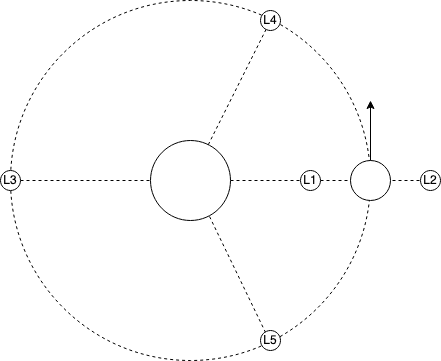
This is assets/images/three_bosy_simulation_lagrange_points.drawio.png from pigatron-industries/pigatron-industries.github.io, a draw.io export, as it was before one commit. Source tidied: cells renumbered, new cells last; positions are measured from the earlier drawing's top-left corner, leaving out a move shared by most shapes. Its diagram source:
```xml
<mxGraphModel>
  <root>
    <mxCell id="0" />
    <mxCell id="1" parent="0" />
    <mxCell id="2" style="endArrow=none;dashed=1;html=1;rounded=0;exitX=1;exitY=0.5;exitDx=0;exitDy=0;" parent="1" edge="1" source="4" target="8">
      <mxGeometry relative="1" as="geometry" />
    </mxCell>
    <mxCell id="3" style="ellipse;whiteSpace=wrap;html=1;dashed=1;fillColor=none;" parent="1" vertex="1">
      <mxGeometry x="10" width="360" height="360" as="geometry" />
    </mxCell>
    <mxCell id="4" value="L3" style="ellipse;whiteSpace=wrap;html=1;" parent="1" vertex="1">
      <mxGeometry y="170" width="20" height="20" as="geometry" />
    </mxCell>
    <mxCell id="5" style="ellipse;whiteSpace=wrap;html=1;" parent="1" vertex="1">
      <mxGeometry x="350" y="160" width="40" height="40" as="geometry" />
    </mxCell>
    <mxCell id="6" style="endArrow=classic;html=1;rounded=0;exitX=0.5;exitY=0;exitDx=0;exitDy=0;" parent="1" edge="1" source="5">
      <mxGeometry relative="1" as="geometry">
        <mxPoint x="370" y="100" as="targetPoint" />
      </mxGeometry>
    </mxCell>
    <mxCell id="7" value="L1" style="ellipse;whiteSpace=wrap;html=1;" parent="1" vertex="1">
      <mxGeometry x="300" y="170" width="20" height="20" as="geometry" />
    </mxCell>
    <mxCell id="8" value="L2" style="ellipse;whiteSpace=wrap;html=1;" parent="1" vertex="1">
      <mxGeometry x="420" y="170" width="20" height="20" as="geometry" />
    </mxCell>
    <mxCell id="9" style="ellipse;whiteSpace=wrap;html=1;" parent="1" vertex="1">
      <mxGeometry x="150" y="140" width="80" height="80" as="geometry" />
    </mxCell>
    <mxCell id="10" style="endArrow=none;dashed=1;html=1;rounded=0;entryX=0.728;entryY=0.964;entryDx=0;entryDy=0;entryPerimeter=0;exitX=0.738;exitY=0.95;exitDx=0;exitDy=0;exitPerimeter=0;startArrow=none;" parent="1" edge="1" source="14" target="3">
      <mxGeometry relative="1" as="geometry" />
    </mxCell>
    <mxCell id="11" style="endArrow=none;dashed=1;html=1;rounded=0;startArrow=none;" parent="1" edge="1" source="12">
      <mxGeometry relative="1" as="geometry">
        <mxPoint x="270" y="20" as="targetPoint" />
      </mxGeometry>
    </mxCell>
    <mxCell id="12" value="L4" style="ellipse;whiteSpace=wrap;html=1;" parent="1" vertex="1">
      <mxGeometry x="260" y="10" width="20" height="20" as="geometry" />
    </mxCell>
    <mxCell id="13" style="endArrow=none;dashed=1;html=1;rounded=0;" parent="1" edge="1" source="9" target="12">
      <mxGeometry relative="1" as="geometry" />
    </mxCell>
    <mxCell id="14" value="L5" style="ellipse;whiteSpace=wrap;html=1;" parent="1" vertex="1">
      <mxGeometry x="260" y="330" width="20" height="20" as="geometry" />
    </mxCell>
    <mxCell id="15" style="endArrow=none;dashed=1;html=1;rounded=0;entryX=0.244;entryY=0.083;entryDx=0;entryDy=0;entryPerimeter=0;exitX=0.738;exitY=0.95;exitDx=0;exitDy=0;exitPerimeter=0;" parent="1" edge="1" source="9" target="14">
      <mxGeometry relative="1" as="geometry" />
    </mxCell>
  </root>
</mxGraphModel>
```
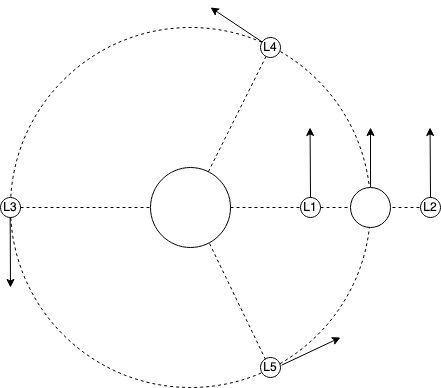
The same diagram one commit later.

What changed in the source:
```diff
@@ -2,6 +2,12 @@
   <root>
     <mxCell id="0" />
     <mxCell id="1" parent="0" />
+    <mxCell id="16" style="endArrow=classic;html=1;rounded=0;exitX=0.5;exitY=0;exitDx=0;exitDy=0;" parent="1" edge="1">
+      <mxGeometry relative="1" as="geometry">
+        <mxPoint x="270" y="20" as="sourcePoint" />
+        <mxPoint x="210" y="-20" as="targetPoint" />
+      </mxGeometry>
+    </mxCell>
     <mxCell id="2" style="endArrow=none;dashed=1;html=1;rounded=0;exitX=1;exitY=0.5;exitDx=0;exitDy=0;" parent="1" edge="1" source="4" target="8">
       <mxGeometry relative="1" as="geometry" />
     </mxCell>
@@ -48,5 +54,27 @@
     <mxCell id="15" style="endArrow=none;dashed=1;html=1;rounded=0;entryX=0.244;entryY=0.083;entryDx=0;entryDy=0;entryPerimeter=0;exitX=0.738;exitY=0.95;exitDx=0;exitDy=0;exitPerimeter=0;" parent="1" edge="1" source="9" target="14">
       <mxGeometry relative="1" as="geometry" />
     </mxCell>
+    <mxCell id="17" style="endArrow=classic;html=1;rounded=0;exitX=0.5;exitY=0;exitDx=0;exitDy=0;" parent="1" edge="1" source="8">
+      <mxGeometry relative="1" as="geometry">
+        <mxPoint x="429.6" y="100" as="targetPoint" />
+      </mxGeometry>
+    </mxCell>
+    <mxCell id="18" style="endArrow=classic;html=1;rounded=0;exitX=0.5;exitY=0;exitDx=0;exitDy=0;" parent="1" edge="1">
+      <mxGeometry relative="1" as="geometry">
+        <mxPoint x="310" y="170" as="sourcePoint" />
+        <mxPoint x="309.6" y="100" as="targetPoint" />
+      </mxGeometry>
+    </mxCell>
+    <mxCell id="19" style="endArrow=classic;html=1;rounded=0;exitX=0.753;exitY=0.938;exitDx=0;exitDy=0;exitPerimeter=0;" parent="1" edge="1" source="3">
+      <mxGeometry relative="1" as="geometry">
+        <mxPoint x="340" y="310" as="targetPoint" />
+      </mxGeometry>
+    </mxCell>
+    <mxCell id="20" style="endArrow=classic;html=1;rounded=0;" parent="1" edge="1">
+      <mxGeometry relative="1" as="geometry">
+        <mxPoint x="9.7" y="190" as="sourcePoint" />
+        <mxPoint x="10" y="260" as="targetPoint" />
+      </mxGeometry>
+    </mxCell>
   </root>
 </mxGraphModel>
```
